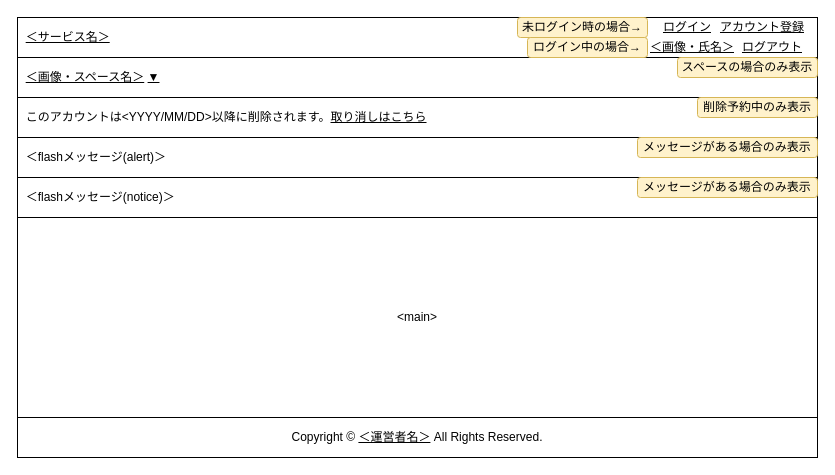
Above: 設計/画面設計/レイアウト.drawio in nightonlypj/rails-app-origin (draw.io), before the change. Source tidied: cells renumbered, new cells numbered last; positions are measured from the earlier drawing's top-left corner, leaving out a move shared by most shapes. Both pictures are drawn from the tidied source at 100%, with x=0, y=0 at pixel (17, 17).
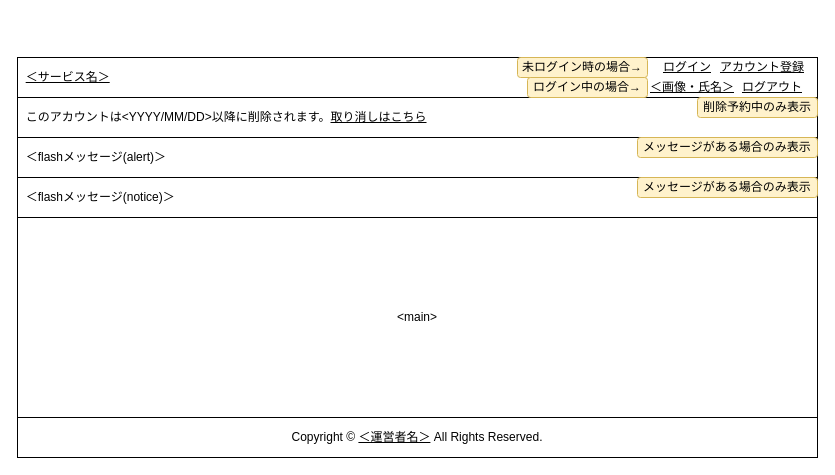
The same diagram, later.

The edit, as a diff of the source:
```diff
@@
 <mxGraphModel>
   <root>
     <mxCell id="0" />
     <mxCell id="1" parent="0" />
     <mxCell id="2" value="&amp;nbsp;&amp;nbsp;&lt;u&gt;＜サービス名＞&lt;/u&gt;" style="rounded=0;whiteSpace=wrap;html=1;fillColor=none;align=left;" parent="1" vertex="1">
-      <mxGeometry width="800" height="40" as="geometry" />
+      <mxGeometry y="40" width="800" height="40" as="geometry" />
     </mxCell>
     <mxCell id="3" value="ログイン" style="text;html=1;strokeColor=none;fillColor=none;align=center;verticalAlign=middle;whiteSpace=wrap;rounded=0;fontStyle=4;" parent="1" vertex="1">
-      <mxGeometry x="640" width="60" height="20" as="geometry" />
+      <mxGeometry x="640" y="40" width="60" height="20" as="geometry" />
     </mxCell>
     <mxCell id="4" value="アカウント登録" style="text;html=1;strokeColor=none;fillColor=none;align=center;verticalAlign=middle;whiteSpace=wrap;rounded=0;fontStyle=4;" parent="1" vertex="1">
-      <mxGeometry x="700" width="90" height="20" as="geometry" />
+      <mxGeometry x="700" y="40" width="90" height="20" as="geometry" />
     </mxCell>
     <mxCell id="5" value="ログアウト" style="text;html=1;strokeColor=none;fillColor=none;align=center;verticalAlign=middle;whiteSpace=wrap;rounded=0;fontStyle=4;" parent="1" vertex="1">
-      <mxGeometry x="720" y="20" width="70" height="20" as="geometry" />
+      <mxGeometry x="720" y="60" width="70" height="20" as="geometry" />
     </mxCell>
     <mxCell id="6" value="＜画像・氏名＞" style="text;html=1;strokeColor=none;fillColor=none;align=center;verticalAlign=middle;whiteSpace=wrap;rounded=0;fontStyle=4;" parent="1" vertex="1">
-      <mxGeometry x="630" y="20" width="90" height="20" as="geometry" />
+      <mxGeometry x="630" y="60" width="90" height="20" as="geometry" />
     </mxCell>
     <mxCell id="7" value="&amp;lt;main&amp;gt;" style="rounded=0;whiteSpace=wrap;html=1;fillColor=none;" parent="1" vertex="1">
       <mxGeometry y="200" width="800" height="200" as="geometry" />
     </mxCell>
     <mxCell id="8" value="&lt;span&gt;Copyright ©&amp;nbsp;&lt;/span&gt;&lt;u&gt;＜運営者名＞&lt;/u&gt;&lt;span&gt;&amp;nbsp;All Rights Reserved.&lt;/span&gt;" style="rounded=0;whiteSpace=wrap;html=1;fillColor=none;" parent="1" vertex="1">
       <mxGeometry y="400" width="800" height="40" as="geometry" />
     </mxCell>
     <mxCell id="9" value="&amp;nbsp; このアカウントは&amp;lt;YYYY/MM/DD&amp;gt;以降に削除されます。&lt;u&gt;取り消しはこちら&lt;/u&gt;" style="rounded=0;whiteSpace=wrap;html=1;fillColor=none;align=left;" parent="1" vertex="1">
       <mxGeometry y="80" width="800" height="40" as="geometry" />
     </mxCell>
     <mxCell id="10" value="&amp;nbsp; ＜flashメッセージ(alert)＞" style="rounded=0;whiteSpace=wrap;html=1;fillColor=none;align=left;" parent="1" vertex="1">
       <mxGeometry y="120" width="800" height="40" as="geometry" />
     </mxCell>
     <mxCell id="11" value="&amp;nbsp; ＜flashメッセージ(notice)＞" style="rounded=0;whiteSpace=wrap;html=1;fillColor=none;align=left;" parent="1" vertex="1">
       <mxGeometry y="160" width="800" height="40" as="geometry" />
     </mxCell>
-    <mxCell id="12" value="&lt;span style=&quot;font-family: &amp;#34;helvetica&amp;#34;&quot;&gt;&amp;nbsp; &lt;/span&gt;&lt;u style=&quot;font-family: &amp;#34;helvetica&amp;#34;&quot;&gt;＜画像・スペース名＞&lt;/u&gt;&lt;span style=&quot;font-family: &amp;#34;helvetica&amp;#34;&quot;&gt; &lt;/span&gt;&lt;u style=&quot;font-family: &amp;#34;helvetica&amp;#34;&quot;&gt;▼&lt;/u&gt;" style="rounded=0;whiteSpace=wrap;html=1;fillColor=none;align=left;" parent="1" vertex="1">
-      <mxGeometry y="40" width="800" height="40" as="geometry" />
-    </mxCell>
     <mxCell id="13" value="未ログイン時の場合→" style="rounded=1;whiteSpace=wrap;html=1;fillColor=#fff2cc;strokeColor=#d6b656;" parent="1" vertex="1">
-      <mxGeometry x="500" width="130" height="20" as="geometry" />
+      <mxGeometry x="500" y="40" width="130" height="20" as="geometry" />
     </mxCell>
     <mxCell id="14" value="ログイン中の場合→" style="rounded=1;whiteSpace=wrap;html=1;fillColor=#fff2cc;strokeColor=#d6b656;" parent="1" vertex="1">
-      <mxGeometry x="510" y="20" width="120" height="20" as="geometry" />
+      <mxGeometry x="510" y="60" width="120" height="20" as="geometry" />
     </mxCell>
     <mxCell id="15" value="削除予約中のみ表示" style="rounded=1;whiteSpace=wrap;html=1;fillColor=#fff2cc;strokeColor=#d6b656;" parent="1" vertex="1">
       <mxGeometry x="680" y="80" width="120" height="20" as="geometry" />
     </mxCell>
     <mxCell id="16" value="メッセージがある場合のみ表示" style="rounded=1;whiteSpace=wrap;html=1;fillColor=#fff2cc;strokeColor=#d6b656;" parent="1" vertex="1">
       <mxGeometry x="620" y="120" width="180" height="20" as="geometry" />
     </mxCell>
     <mxCell id="17" value="メッセージがある場合のみ表示" style="rounded=1;whiteSpace=wrap;html=1;fillColor=#fff2cc;strokeColor=#d6b656;" parent="1" vertex="1">
       <mxGeometry x="620" y="160" width="180" height="20" as="geometry" />
     </mxCell>
-    <mxCell id="18" value="スペースの場合のみ表示" style="rounded=1;whiteSpace=wrap;html=1;fillColor=#fff2cc;strokeColor=#d6b656;" parent="1" vertex="1">
-      <mxGeometry x="660" y="40" width="140" height="20" as="geometry" />
-    </mxCell>
   </root>
 </mxGraphModel>
```
